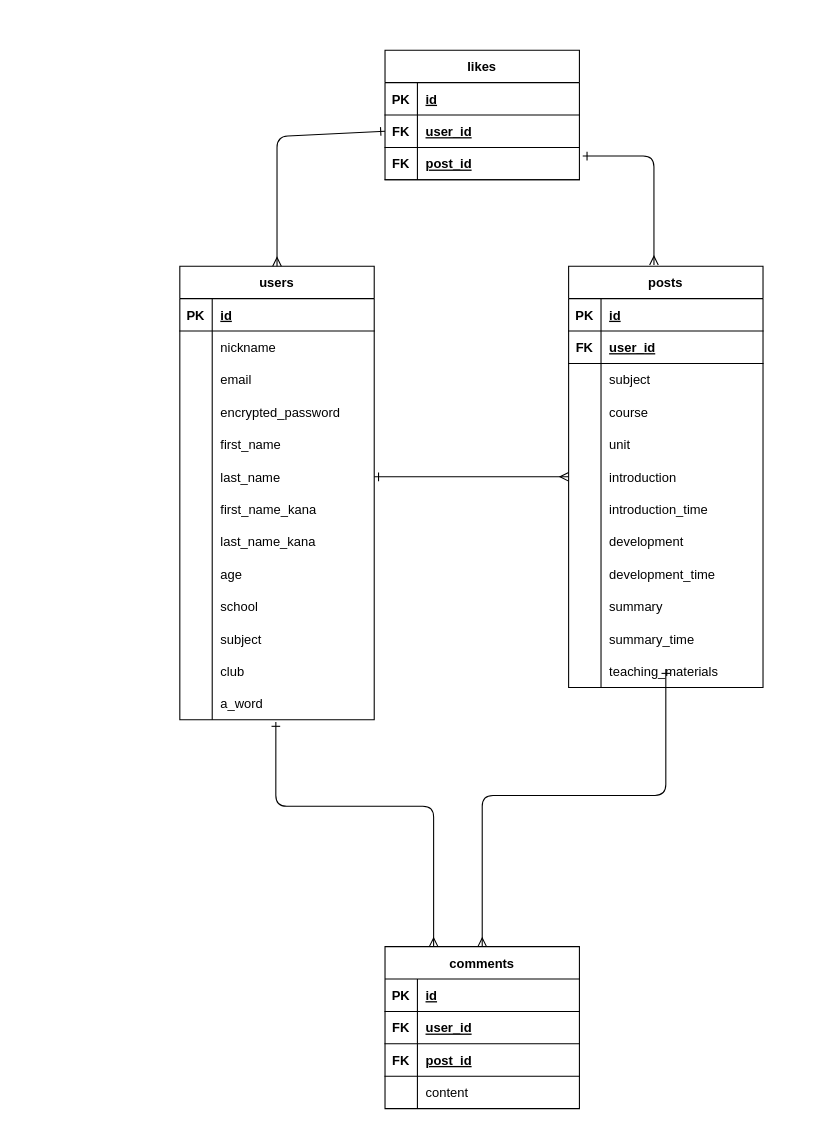
This is kyoyu.dio from honda-gentuki/kyoyu, a draw.io file, before an edit. Source tidied: cells renumbered, new cells numbered last; positions are measured from the earlier drawing's top-left corner, leaving out a move shared by most shapes. Both pictures are drawn from the tidied source at 108%, with x=0, y=0 at pixel (179, 50).
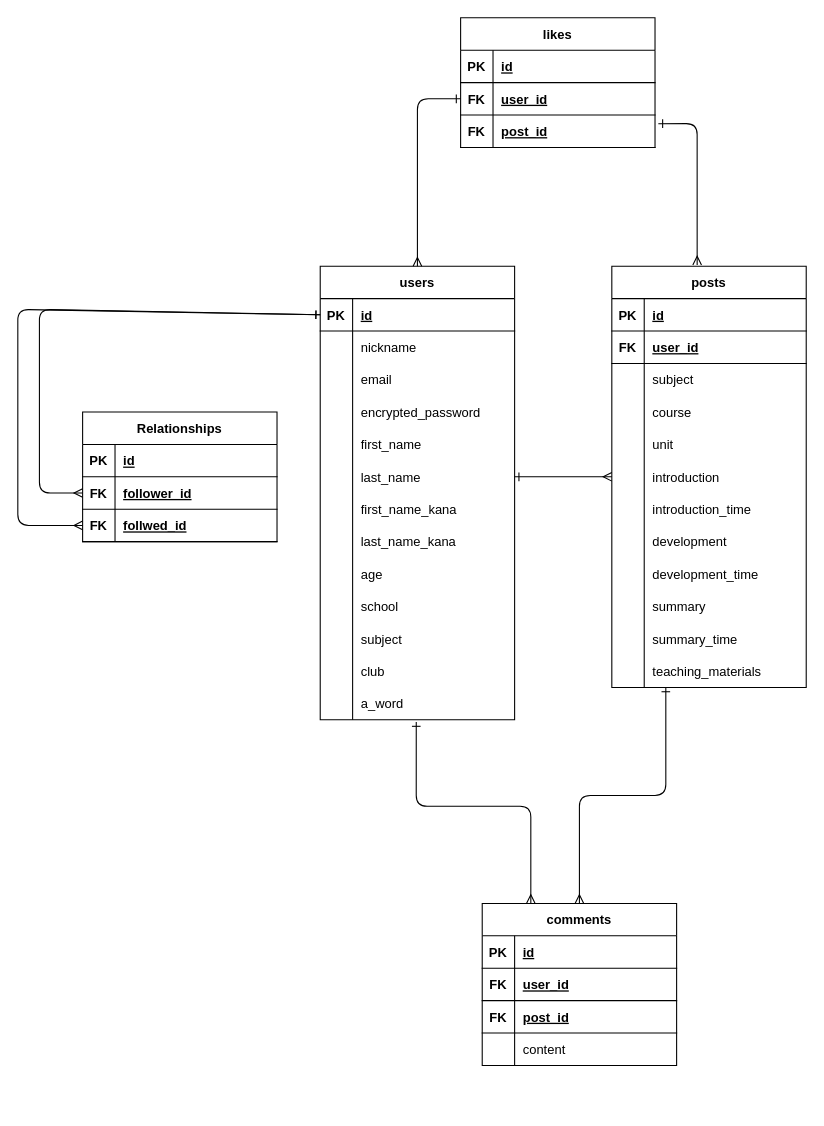
The same page after the edit.

Unchanged cells that the change refers to:
```xml
<mxCell id="3" style="shape=partialRectangle;fillColor=none;top=0;left=0;bottom=1;right=0;points=[[0,0.5],[1,0.5]];portConstraint=eastwest;" parent="2" vertex="1">
  <mxGeometry y="30" width="180" height="30" as="geometry" />
</mxCell>
<mxCell id="39" style="shape=partialRectangle;fillColor=none;top=0;left=0;bottom=0;right=0;points=[[0,0.5],[1,0.5]];portConstraint=eastwest;" parent="2" vertex="1">
  <mxGeometry y="390" width="180" height="30" as="geometry" />
</mxCell>
<mxCell id="99" style="shape=partialRectangle;fillColor=none;top=0;left=0;bottom=1;right=0;points=[[0,0.5],[1,0.5]];portConstraint=eastwest;" parent="95" vertex="1">
  <mxGeometry y="60" width="180" height="30" as="geometry" />
</mxCell>
<mxCell id="102" style="shape=partialRectangle;fillColor=none;top=0;left=0;bottom=1;right=0;points=[[0,0.5],[1,0.5]];portConstraint=eastwest;" parent="95" vertex="1">
  <mxGeometry y="90" width="180" height="30" as="geometry" />
</mxCell>
```

Change to the diagram source:
```diff
@@
     <mxCell id="2" value="users" style="shape=table;startSize=30;childLayout=tableLayout;rowLines=0;fontStyle=1;align=center;" parent="1" vertex="1">
-      <mxGeometry y="200" width="180" height="420" as="geometry" />
+      <mxGeometry x="130" y="200" width="180" height="420" as="geometry" />
     </mxCell>
@@
     <mxCell id="42" value="posts" style="shape=table;startSize=30;childLayout=tableLayout;rowLines=0;fontStyle=1;align=center;" parent="1" vertex="1">
-      <mxGeometry x="360" y="200" width="180" height="390" as="geometry" />
+      <mxGeometry x="400" y="200" width="180" height="390" as="geometry" />
     </mxCell>
@@
     <mxCell id="79" value="comments" style="shape=table;startSize=30;childLayout=tableLayout;rowLines=0;fontStyle=1;align=center;" parent="1" vertex="1">
-      <mxGeometry x="190" y="830" width="180" height="150" as="geometry" />
+      <mxGeometry x="280" y="790" width="180" height="150" as="geometry" />
     </mxCell>
@@
     <mxCell id="93" style="edgeStyle=orthogonalEdgeStyle;fontSize=12;html=1;endArrow=ERmany;entryX=0.5;entryY=0;entryDx=0;entryDy=0;startArrow=ERone;startFill=0;" parent="1" edge="1" target="79">
       <mxGeometry relative="1" as="geometry">
-        <mxPoint x="450" y="573" as="sourcePoint" />
+        <mxPoint x="450" y="590" as="sourcePoint" />
         <Array as="points">
           <mxPoint x="450" y="690" />
-          <mxPoint x="280" y="690" />
+          <mxPoint x="370" y="690" />
         </Array>
       </mxGeometry>
     </mxCell>
     <mxCell id="94" style="fontSize=12;html=1;endArrow=ERmany;entryX=0.25;entryY=0;entryDx=0;entryDy=0;edgeStyle=orthogonalEdgeStyle;startArrow=ERone;startFill=0;exitX=0.494;exitY=1.067;exitDx=0;exitDy=0;exitPerimeter=0;" parent="1" edge="1" source="39" target="79">
       <mxGeometry relative="1" as="geometry">
         <Array as="points">
-          <mxPoint x="89" y="700" />
-          <mxPoint x="235" y="700" />
+          <mxPoint x="219" y="700" />
+          <mxPoint x="325" y="700" />
         </Array>
       </mxGeometry>
     </mxCell>
     <mxCell id="95" value="likes" style="shape=table;startSize=30;childLayout=tableLayout;rowLines=0;fontStyle=1;align=center;" parent="1" vertex="1">
-      <mxGeometry x="190" width="180" height="120" as="geometry" />
+      <mxGeometry x="260" y="-30" width="180" height="120" as="geometry" />
     </mxCell>
@@
     <mxCell id="105" style="fontSize=12;html=1;endArrow=ERmany;startArrow=ERone;startFill=0;entryX=0.439;entryY=-0.003;entryDx=0;entryDy=0;entryPerimeter=0;exitX=1.017;exitY=0.267;exitDx=0;exitDy=0;exitPerimeter=0;" parent="1" edge="1" source="102" target="42">
       <mxGeometry relative="1" as="geometry">
         <Array as="points">
-          <mxPoint x="439" y="98" />
+          <mxPoint x="479" y="68" />
         </Array>
       </mxGeometry>
     </mxCell>
     <mxCell id="106" style="fontSize=12;html=1;endArrow=ERmany;startArrow=ERone;startFill=0;entryX=0.5;entryY=0;entryDx=0;entryDy=0;exitX=0;exitY=0.5;exitDx=0;exitDy=0;" parent="1" edge="1" source="99" target="2">
       <mxGeometry relative="1" as="geometry">
         <Array as="points">
-          <mxPoint x="90" y="80" />
+          <mxPoint x="220" y="45" />
         </Array>
       </mxGeometry>
     </mxCell>
+    <mxCell id="107" value="Relationships" style="shape=table;startSize=30;childLayout=tableLayout;rowLines=0;fontStyle=1;align=center;" parent="1" vertex="1">
+      <mxGeometry x="-90" y="335" width="180" height="120" as="geometry" />
+    </mxCell>
+    <mxCell id="108" style="shape=partialRectangle;fillColor=none;top=0;left=0;bottom=1;right=0;" parent="107" vertex="1">
+      <mxGeometry y="30" width="180" height="30" as="geometry" />
+    </mxCell>
+    <mxCell id="109" value="PK" style="shape=partialRectangle;fillColor=none;top=0;left=0;bottom=0;right=0;fontStyle=1;overflow=hidden;" parent="108" vertex="1">
+      <mxGeometry width="30" height="30" as="geometry" />
+    </mxCell>
+    <mxCell id="110" value="id" style="shape=partialRectangle;fillColor=none;top=0;left=0;bottom=0;right=0;align=left;spacingLeft=6;fontStyle=5;overflow=hidden;" parent="108" vertex="1">
+      <mxGeometry x="30" width="150" height="30" as="geometry" />
+    </mxCell>
+    <mxCell id="111" style="shape=partialRectangle;fillColor=none;top=0;left=0;bottom=1;right=0;points=[[0,0.5],[1,0.5]];portConstraint=eastwest;" parent="107" vertex="1">
+      <mxGeometry y="60" width="180" height="30" as="geometry" />
+    </mxCell>
+    <mxCell id="112" value="FK" style="shape=partialRectangle;fillColor=none;top=0;left=0;bottom=0;right=0;fontStyle=1;overflow=hidden;" parent="111" vertex="1">
+      <mxGeometry width="30" height="30" as="geometry" />
+    </mxCell>
+    <mxCell id="113" value="follower_id" style="shape=partialRectangle;fillColor=none;top=0;left=0;bottom=0;right=0;align=left;spacingLeft=6;fontStyle=5;overflow=hidden;" parent="111" vertex="1">
+      <mxGeometry x="30" width="150" height="30" as="geometry" />
+    </mxCell>
+    <mxCell id="114" style="shape=partialRectangle;fillColor=none;top=0;left=0;bottom=1;right=0;points=[[0,0.5],[1,0.5]];portConstraint=eastwest;" parent="107" vertex="1">
+      <mxGeometry y="90" width="180" height="30" as="geometry" />
+    </mxCell>
+    <mxCell id="115" value="FK" style="shape=partialRectangle;fillColor=none;top=0;left=0;bottom=0;right=0;fontStyle=1;overflow=hidden;" parent="114" vertex="1">
+      <mxGeometry width="30" height="30" as="geometry" />
+    </mxCell>
+    <mxCell id="116" value="follwed_id" style="shape=partialRectangle;fillColor=none;top=0;left=0;bottom=0;right=0;align=left;spacingLeft=6;fontStyle=5;overflow=hidden;" parent="114" vertex="1">
+      <mxGeometry x="30" width="150" height="30" as="geometry" />
+    </mxCell>
+    <mxCell id="117" style="fontSize=12;html=1;endArrow=ERmany;startArrow=ERone;startFill=0;exitX=0;exitY=0.5;exitDx=0;exitDy=0;entryX=0;entryY=0.5;entryDx=0;entryDy=0;" parent="1" edge="1" source="3" target="111">
+      <mxGeometry relative="1" as="geometry">
+        <Array as="points">
+          <mxPoint x="-130" y="240" />
+          <mxPoint x="-130" y="410" />
+        </Array>
+      </mxGeometry>
+    </mxCell>
+    <mxCell id="118" style="fontSize=12;html=1;endArrow=ERmany;startArrow=ERone;startFill=0;entryX=0;entryY=0.5;entryDx=0;entryDy=0;exitX=0;exitY=0.5;exitDx=0;exitDy=0;" parent="1" edge="1" source="3" target="114">
+      <mxGeometry relative="1" as="geometry">
+        <Array as="points">
+          <mxPoint x="-150" y="240" />
+          <mxPoint x="-150" y="440" />
+        </Array>
+      </mxGeometry>
+    </mxCell>
```
